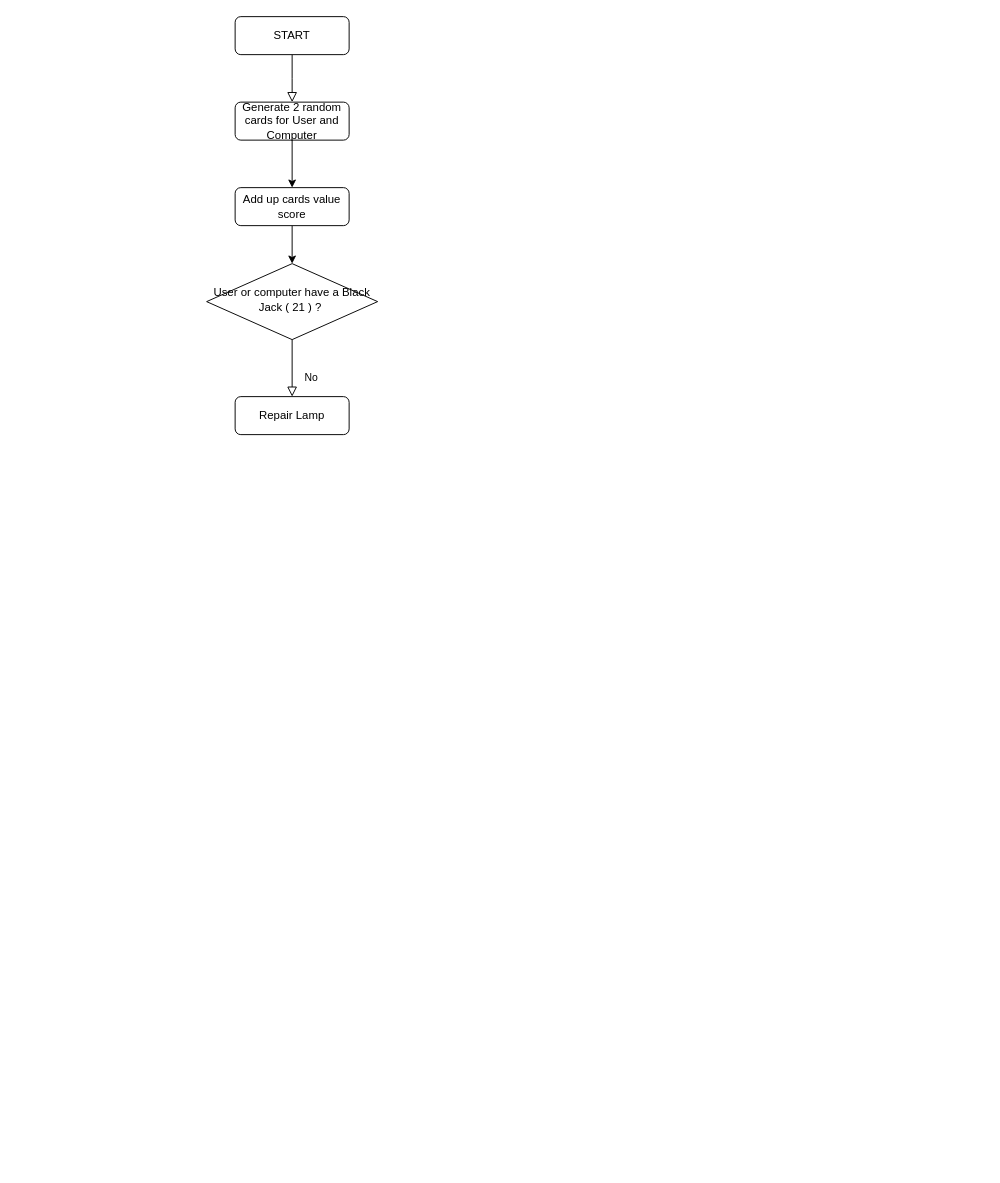
L4mb3/PYTHON keeps this draw.io diagram as Black Jack/Black_jack.drawio. Above is the earlier version. Source tidied: cells renumbered, new cells numbered last; positions are measured from the earlier drawing's top-left corner, leaving out a move shared by most shapes. Both pictures are drawn from the tidied source at 95%, with x=0, y=0 at pixel (206, 16).
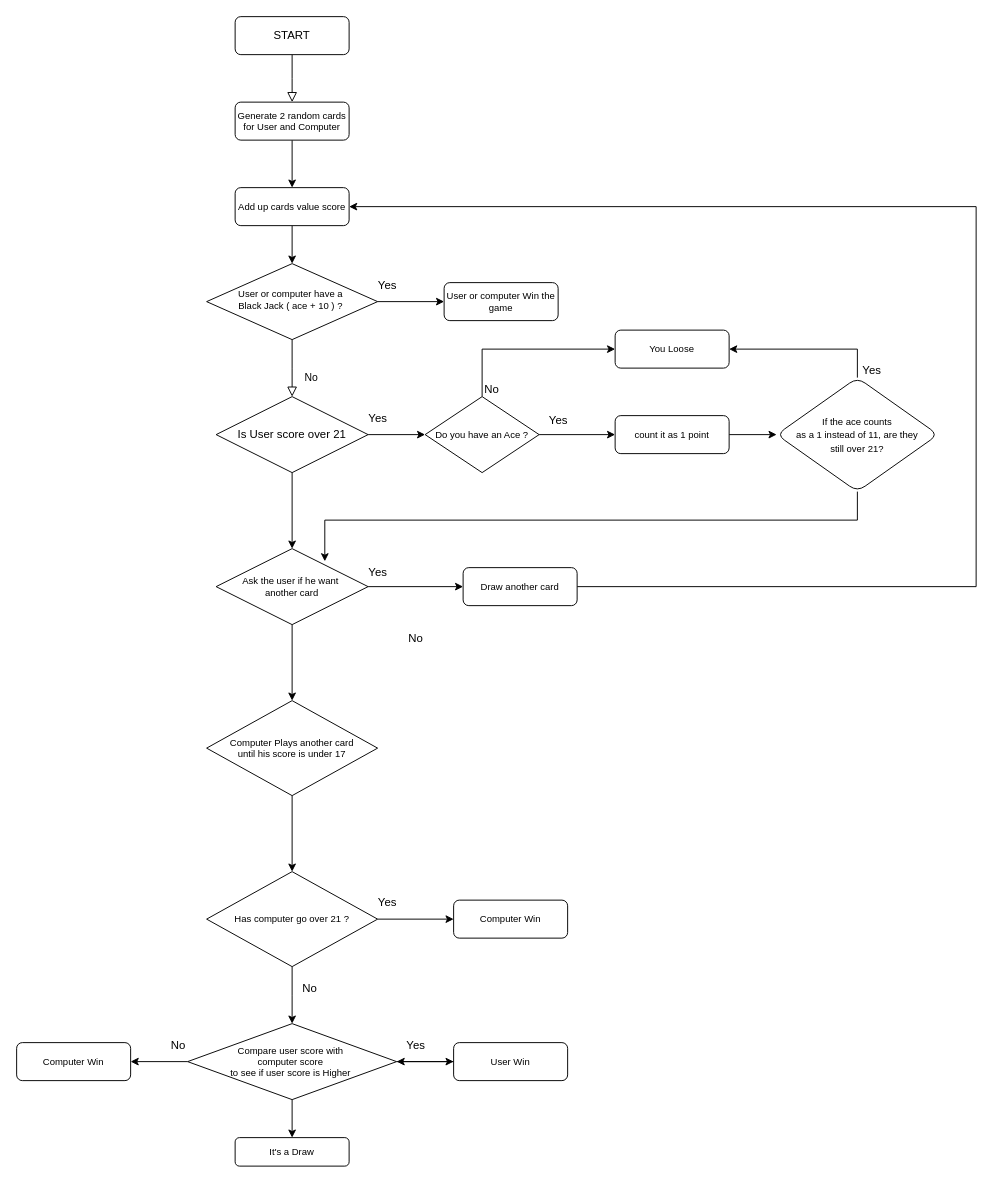
After the change.

Change to the diagram source:
```diff
@@
-    <mxCell id="5" value="Generate 2 random cards for User and Computer" style="rounded=1;whiteSpace=wrap;html=1;fontSize=12;glass=0;strokeWidth=1;shadow=0;" parent="1" vertex="1">
+    <mxCell id="5" value="Generate 2 random cards for User and Computer" style="rounded=1;whiteSpace=wrap;html=1;fontSize=10;glass=0;strokeWidth=1;shadow=0;" parent="1" vertex="1">
       <mxGeometry x="30" y="90" width="120" height="40" as="geometry" />
     </mxCell>
-    <mxCell id="6" value="No" style="rounded=0;html=1;jettySize=auto;fontSize=11;endArrow=block;endFill=0;endSize=8;strokeWidth=1;shadow=0;labelBackgroundColor=none;edgeStyle=orthogonalEdgeStyle;" parent="1" edge="1" source="7" target="8">
-      <mxGeometry x="0.33" y="20" relative="1" as="geometry" />
+    <mxCell id="6" value="No" style="rounded=0;html=1;jettySize=auto;fontSize=11;endArrow=block;endFill=0;endSize=8;strokeWidth=1;shadow=0;labelBackgroundColor=none;edgeStyle=orthogonalEdgeStyle;" parent="1" edge="1" source="7">
+      <mxGeometry x="0.33" y="20" relative="1" as="geometry">
+        <mxPoint x="90" y="400" as="targetPoint" />
+      </mxGeometry>
     </mxCell>
+    <mxCell id="11" style="edgeStyle=orthogonalEdgeStyle;rounded=0;jettySize=auto;html=1;entryX=0;entryY=0.5;entryDx=0;entryDy=0;" parent="1" edge="1" source="7" target="12">
+      <mxGeometry relative="1" as="geometry" />
+    </mxCell>
-    <mxCell id="7" value="User or computer have a Black Jack ( 21 ) ?&amp;nbsp;" style="rhombus;whiteSpace=wrap;html=1;shadow=0;fontFamily=Helvetica;fontSize=12;align=center;strokeWidth=1;spacing=6;spacingTop=-4;" parent="1" vertex="1">
+    <mxCell id="7" value="User or computer have a&amp;nbsp;&lt;div&gt;Black Jack ( ace + 10 ) ?&amp;nbsp;&lt;/div&gt;" style="rhombus;whiteSpace=wrap;html=1;shadow=0;fontFamily=Helvetica;fontSize=10;align=center;strokeWidth=1;spacing=6;spacingTop=-4;" parent="1" vertex="1">
       <mxGeometry y="260" width="180" height="80" as="geometry" />
     </mxCell>
-    <mxCell id="8" value="Repair Lamp" style="rounded=1;whiteSpace=wrap;html=1;fontSize=12;glass=0;strokeWidth=1;shadow=0;" parent="1" vertex="1">
-      <mxGeometry x="30" y="400" width="120" height="40" as="geometry" />
-    </mxCell>
@@
-    <mxCell id="10" value="Add up cards value score" style="rounded=1;whiteSpace=wrap;html=1;fontSize=12;glass=0;strokeWidth=1;shadow=0;" parent="1" vertex="1">
+    <mxCell id="10" value="Add up cards value score" style="rounded=1;whiteSpace=wrap;html=1;fontSize=10;glass=0;strokeWidth=1;shadow=0;" parent="1" vertex="1">
       <mxGeometry x="30" y="180" width="120" height="40" as="geometry" />
     </mxCell>
+    <mxCell id="12" value="User or computer Win the game" style="rounded=1;whiteSpace=wrap;html=1;fontSize=10;" parent="1" vertex="1">
+      <mxGeometry x="250" y="280" width="120" height="40" as="geometry" />
+    </mxCell>
+    <mxCell id="13" style="edgeStyle=orthogonalEdgeStyle;rounded=0;jettySize=auto;html=1;" parent="1" edge="1" source="15" target="18">
+      <mxGeometry relative="1" as="geometry" />
+    </mxCell>
+    <mxCell id="14" style="edgeStyle=orthogonalEdgeStyle;rounded=0;jettySize=auto;html=1;" parent="1" edge="1" source="15" target="31">
+      <mxGeometry relative="1" as="geometry" />
+    </mxCell>
+    <mxCell id="15" value="Is User score over 21" style="rhombus;whiteSpace=wrap;html=1;" parent="1" vertex="1">
+      <mxGeometry x="10" y="400" width="160" height="80" as="geometry" />
+    </mxCell>
+    <mxCell id="16" style="edgeStyle=orthogonalEdgeStyle;rounded=0;jettySize=auto;html=1;" parent="1" edge="1" source="18" target="21">
+      <mxGeometry relative="1" as="geometry" />
+    </mxCell>
+    <mxCell id="17" style="edgeStyle=orthogonalEdgeStyle;rounded=0;jettySize=auto;html=1;entryX=0;entryY=0.5;entryDx=0;entryDy=0;" parent="1" edge="1" source="18" target="23">
+      <mxGeometry relative="1" as="geometry">
+        <Array as="points">
+          <mxPoint x="290" y="350" />
+        </Array>
+      </mxGeometry>
+    </mxCell>
+    <mxCell id="18" value="Do you have an Ace ?" style="rhombus;whiteSpace=wrap;html=1;fontSize=10;" parent="1" vertex="1">
+      <mxGeometry x="230" y="400" width="120" height="80" as="geometry" />
+    </mxCell>
+    <mxCell id="19" value="Yes" style="text;html=1;align=center;verticalAlign=middle;strokeColor=none;fillColor=none;" parent="1" vertex="1">
+      <mxGeometry x="160" y="408" width="40" height="30" as="geometry" />
+    </mxCell>
+    <mxCell id="20" style="edgeStyle=orthogonalEdgeStyle;rounded=0;jettySize=auto;html=1;" parent="1" edge="1" source="21" target="27">
+      <mxGeometry relative="1" as="geometry" />
+    </mxCell>
+    <mxCell id="21" value="count it as 1 point" style="rounded=1;whiteSpace=wrap;html=1;fontSize=10;" parent="1" vertex="1">
+      <mxGeometry x="430" y="420" width="120" height="40" as="geometry" />
+    </mxCell>
+    <mxCell id="22" value="Yes" style="text;html=1;align=center;verticalAlign=middle;strokeColor=none;fillColor=none;" parent="1" vertex="1">
+      <mxGeometry x="350" y="410" width="40" height="30" as="geometry" />
+    </mxCell>
+    <mxCell id="23" value="You Loose" style="rounded=1;whiteSpace=wrap;html=1;fontSize=10;" parent="1" vertex="1">
+      <mxGeometry x="430" y="330" width="120" height="40" as="geometry" />
+    </mxCell>
+    <mxCell id="24" value="No" style="text;html=1;align=center;verticalAlign=middle;strokeColor=none;fillColor=none;" parent="1" vertex="1">
+      <mxGeometry x="280" y="378" width="40" height="30" as="geometry" />
+    </mxCell>
+    <mxCell id="25" value="Yes" style="text;html=1;align=center;verticalAlign=middle;strokeColor=none;fillColor=none;" parent="1" vertex="1">
+      <mxGeometry x="170" y="268" width="40" height="30" as="geometry" />
+    </mxCell>
+    <mxCell id="26" style="edgeStyle=orthogonalEdgeStyle;rounded=0;jettySize=auto;html=1;exitX=0.5;exitY=0;exitDx=0;exitDy=0;entryX=1;entryY=0.5;entryDx=0;entryDy=0;" parent="1" edge="1" source="27" target="23">
+      <mxGeometry relative="1" as="geometry" />
+    </mxCell>
+    <mxCell id="27" value="&lt;font style=&quot;font-size: 10px;&quot;&gt;If the ace counts&lt;br/&gt;as a 1 instead of 11, are they&lt;br/&gt;still over 21?&lt;/font&gt;" style="rhombus;whiteSpace=wrap;html=1;rounded=1;" parent="1" vertex="1">
+      <mxGeometry x="600" y="380" width="170" height="120" as="geometry" />
+    </mxCell>
+    <mxCell id="28" value="Yes" style="text;html=1;align=center;verticalAlign=middle;strokeColor=none;fillColor=none;" parent="1" vertex="1">
+      <mxGeometry x="680" y="358" width="40" height="30" as="geometry" />
+    </mxCell>
+    <mxCell id="29" style="edgeStyle=orthogonalEdgeStyle;rounded=0;jettySize=auto;html=1;" parent="1" edge="1" source="31" target="34">
+      <mxGeometry relative="1" as="geometry" />
+    </mxCell>
+    <mxCell id="30" style="edgeStyle=orthogonalEdgeStyle;rounded=0;jettySize=auto;html=1;" parent="1" edge="1" source="31" target="38">
+      <mxGeometry relative="1" as="geometry" />
+    </mxCell>
+    <mxCell id="31" value="Ask the user if he want&amp;nbsp;&lt;div&gt;another card&lt;/div&gt;" style="rhombus;whiteSpace=wrap;html=1;fontSize=10;" parent="1" vertex="1">
+      <mxGeometry x="10" y="560" width="160" height="80" as="geometry" />
+    </mxCell>
+    <mxCell id="32" style="edgeStyle=orthogonalEdgeStyle;rounded=0;jettySize=auto;html=1;exitX=0.5;exitY=1;exitDx=0;exitDy=0;entryX=0.715;entryY=0.167;entryDx=0;entryDy=0;entryPerimeter=0;" parent="1" edge="1" source="27" target="31">
+      <mxGeometry relative="1" as="geometry" />
+    </mxCell>
+    <mxCell id="33" style="edgeStyle=orthogonalEdgeStyle;rounded=0;jettySize=auto;html=1;exitX=1;exitY=0.5;exitDx=0;exitDy=0;entryX=1;entryY=0.5;entryDx=0;entryDy=0;" parent="1" edge="1" source="34" target="10">
+      <mxGeometry relative="1" as="geometry">
+        <Array as="points">
+          <mxPoint x="810" y="600" />
+          <mxPoint x="810" y="200" />
+        </Array>
+      </mxGeometry>
+    </mxCell>
+    <mxCell id="34" value="Draw another card" style="rounded=1;whiteSpace=wrap;html=1;fontSize=10;" parent="1" vertex="1">
+      <mxGeometry x="270" y="580" width="120" height="40" as="geometry" />
+    </mxCell>
+    <mxCell id="35" value="Yes" style="text;html=1;align=center;verticalAlign=middle;strokeColor=none;fillColor=none;" parent="1" vertex="1">
+      <mxGeometry x="160" y="570" width="40" height="30" as="geometry" />
+    </mxCell>
+    <mxCell id="36" value="No" style="text;html=1;align=center;verticalAlign=middle;strokeColor=none;fillColor=none;" parent="1" vertex="1">
+      <mxGeometry x="200" y="640" width="40" height="30" as="geometry" />
+    </mxCell>
+    <mxCell id="37" style="edgeStyle=orthogonalEdgeStyle;rounded=0;jettySize=auto;html=1;" parent="1" edge="1" source="38" target="41">
+      <mxGeometry relative="1" as="geometry" />
+    </mxCell>
+    <mxCell id="38" value="Computer Plays another card&lt;div style=&quot;font-size: 10px;&quot;&gt;until his score is under 17&lt;/div&gt;" style="rhombus;whiteSpace=wrap;html=1;fontSize=10;" parent="1" vertex="1">
+      <mxGeometry y="720" width="180" height="100" as="geometry" />
+    </mxCell>
+    <mxCell id="39" style="edgeStyle=orthogonalEdgeStyle;rounded=0;jettySize=auto;html=1;" parent="1" edge="1" source="41" target="42">
+      <mxGeometry relative="1" as="geometry" />
+    </mxCell>
+    <mxCell id="40" style="edgeStyle=orthogonalEdgeStyle;rounded=0;jettySize=auto;html=1;" parent="1" edge="1" source="41">
+      <mxGeometry relative="1" as="geometry">
+        <mxPoint x="90" y="1060" as="targetPoint" />
+      </mxGeometry>
+    </mxCell>
+    <mxCell id="41" value="&lt;font style=&quot;font-size: 10px;&quot;&gt;Has computer go over 21 ?&lt;/font&gt;" style="rhombus;whiteSpace=wrap;html=1;fontSize=10;" parent="1" vertex="1">
+      <mxGeometry y="900" width="180" height="100" as="geometry" />
+    </mxCell>
+    <mxCell id="42" value="Computer Win" style="rounded=1;whiteSpace=wrap;html=1;fontSize=10;" parent="1" vertex="1">
+      <mxGeometry x="260" y="930" width="120" height="40" as="geometry" />
+    </mxCell>
+    <mxCell id="43" value="Yes" style="text;html=1;align=center;verticalAlign=middle;strokeColor=none;fillColor=none;" parent="1" vertex="1">
+      <mxGeometry x="170" y="918" width="40" height="30" as="geometry" />
+    </mxCell>
+    <mxCell id="44" value="No&amp;nbsp;" style="text;html=1;align=center;verticalAlign=middle;strokeColor=none;fillColor=none;" parent="1" vertex="1">
+      <mxGeometry x="90" y="1008" width="40" height="30" as="geometry" />
+    </mxCell>
+    <mxCell id="45" style="edgeStyle=orthogonalEdgeStyle;rounded=0;jettySize=auto;html=1;" parent="1" edge="1" source="48" target="49">
+      <mxGeometry relative="1" as="geometry" />
+    </mxCell>
+    <mxCell id="46" style="edgeStyle=orthogonalEdgeStyle;rounded=0;jettySize=auto;html=1;" parent="1" edge="1" source="48" target="51">
+      <mxGeometry relative="1" as="geometry" />
+    </mxCell>
+    <mxCell id="47" style="edgeStyle=orthogonalEdgeStyle;rounded=0;jettySize=auto;html=1;" parent="1" edge="1" source="48" target="54">
+      <mxGeometry relative="1" as="geometry" />
+    </mxCell>
+    <mxCell id="48" value="&lt;font style=&quot;font-size: 10px;&quot;&gt;Compare user score with&amp;nbsp;&lt;/font&gt;&lt;div&gt;&lt;font style=&quot;font-size: 10px;&quot;&gt;computer score&amp;nbsp;&lt;/font&gt;&lt;div&gt;&lt;font style=&quot;font-size: 10px;&quot;&gt;to see if user score is Higher&amp;nbsp;&lt;/font&gt;&lt;/div&gt;&lt;/div&gt;" style="rhombus;whiteSpace=wrap;html=1;fontSize=10;" parent="1" vertex="1">
+      <mxGeometry x="-20" y="1060" width="220" height="80" as="geometry" />
+    </mxCell>
+    <mxCell id="49" value="Computer Win" style="rounded=1;whiteSpace=wrap;html=1;fontSize=10;" parent="1" vertex="1">
+      <mxGeometry x="-200" y="1080" width="120" height="40" as="geometry" />
+    </mxCell>
+    <mxCell id="50" style="edgeStyle=orthogonalEdgeStyle;rounded=0;jettySize=auto;html=1;" parent="1" edge="1" source="51" target="48">
+      <mxGeometry relative="1" as="geometry" />
+    </mxCell>
+    <mxCell id="51" value="User Win" style="rounded=1;whiteSpace=wrap;html=1;fontSize=10;" parent="1" vertex="1">
+      <mxGeometry x="260" y="1080" width="120" height="40" as="geometry" />
+    </mxCell>
+    <mxCell id="52" value="Yes" style="text;html=1;align=center;verticalAlign=middle;strokeColor=none;fillColor=none;" parent="1" vertex="1">
+      <mxGeometry x="200" y="1068" width="40" height="30" as="geometry" />
+    </mxCell>
+    <mxCell id="53" value="No" style="text;html=1;align=center;verticalAlign=middle;strokeColor=none;fillColor=none;" parent="1" vertex="1">
+      <mxGeometry x="-50" y="1068" width="40" height="30" as="geometry" />
+    </mxCell>
+    <mxCell id="54" value="It's a Draw" style="rounded=1;whiteSpace=wrap;html=1;fontSize=10;" parent="1" vertex="1">
+      <mxGeometry x="30" y="1180" width="120" height="30" as="geometry" />
+    </mxCell>
```
